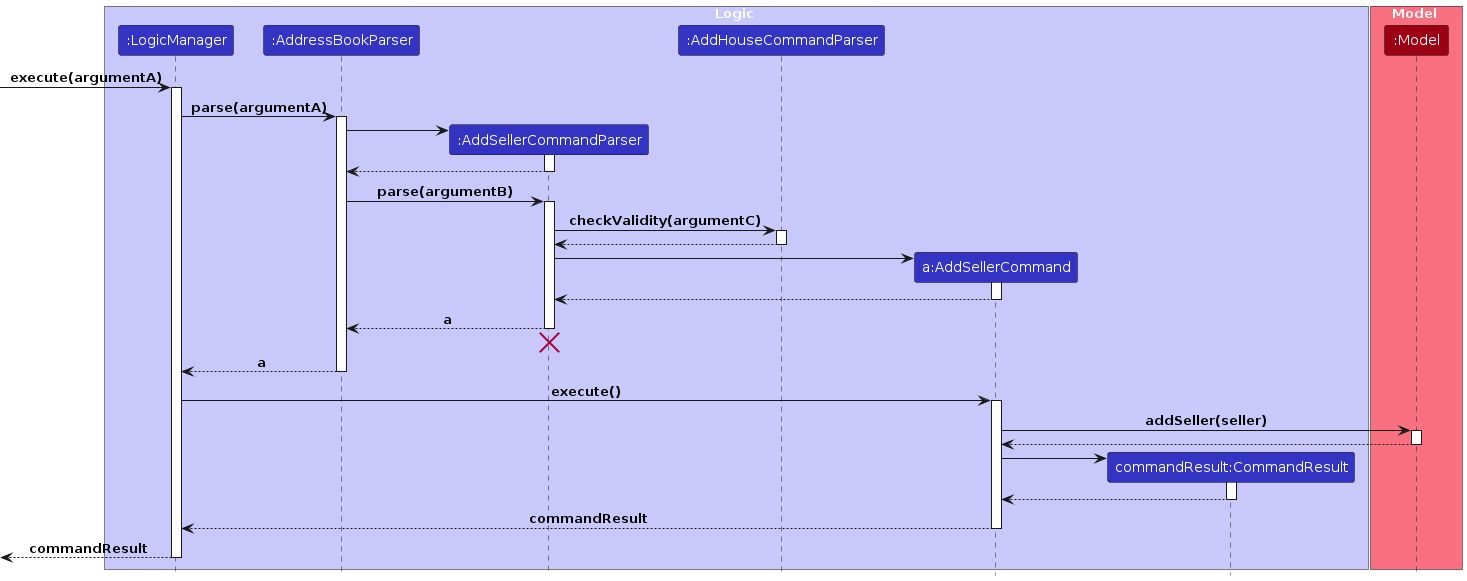
The PlantUML diagram diagrams/AddSellerSequenceDiagram-Logic.png in lokidoki102/tp, before a commit. Its source is kept beside it as diagrams/AddSellerSequenceDiagram-Logic.puml.
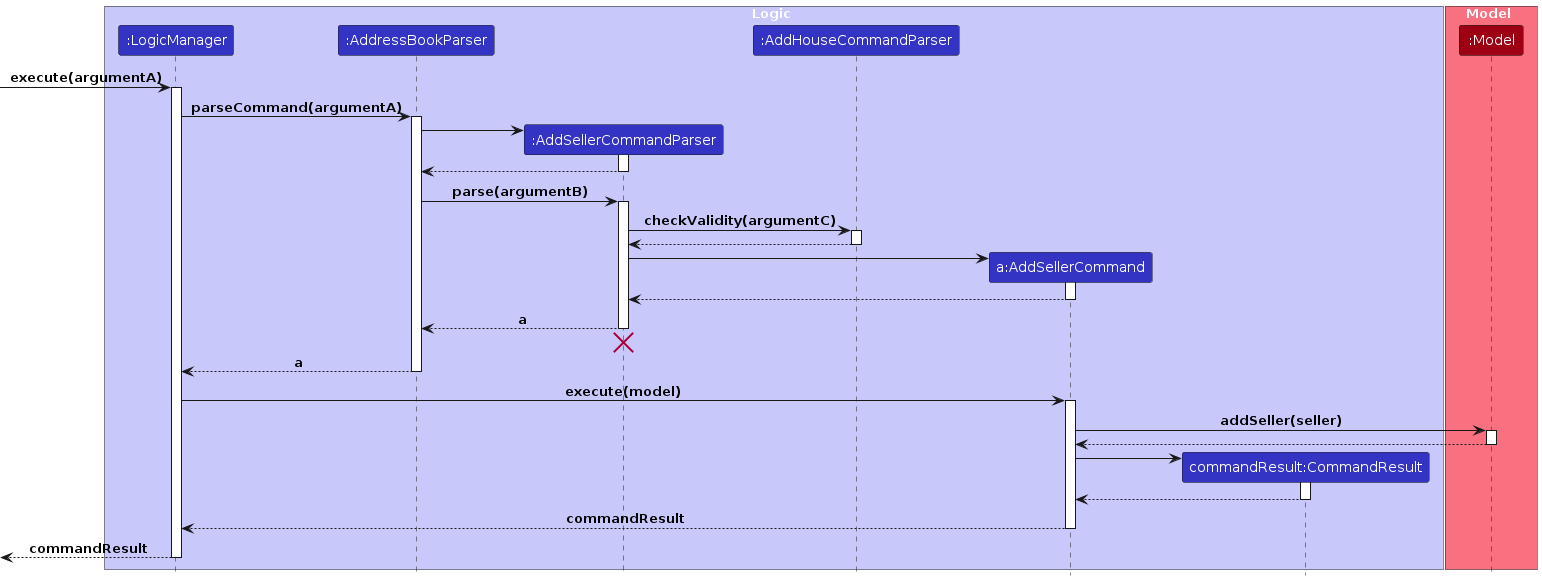
Above is the later version.

The edit, as a diff of the source:
```diff
@@ -17,7 +17,7 @@
 [-> LogicManager : execute(argumentA)
 activate LogicManager
 
-LogicManager -> AddressBookParser : parse(argumentA)
+LogicManager -> AddressBookParser : parseCommand(argumentA)
 activate AddressBookParser
 
 create AddSellerCommandParser
@@ -52,7 +52,7 @@
 AddressBookParser --> LogicManager : a
 deactivate AddressBookParser
 
-LogicManager -> AddSellerCommand : execute()
+LogicManager -> AddSellerCommand : execute(model)
 activate AddSellerCommand
 
 AddSellerCommand -> Model : addSeller(seller)
```
